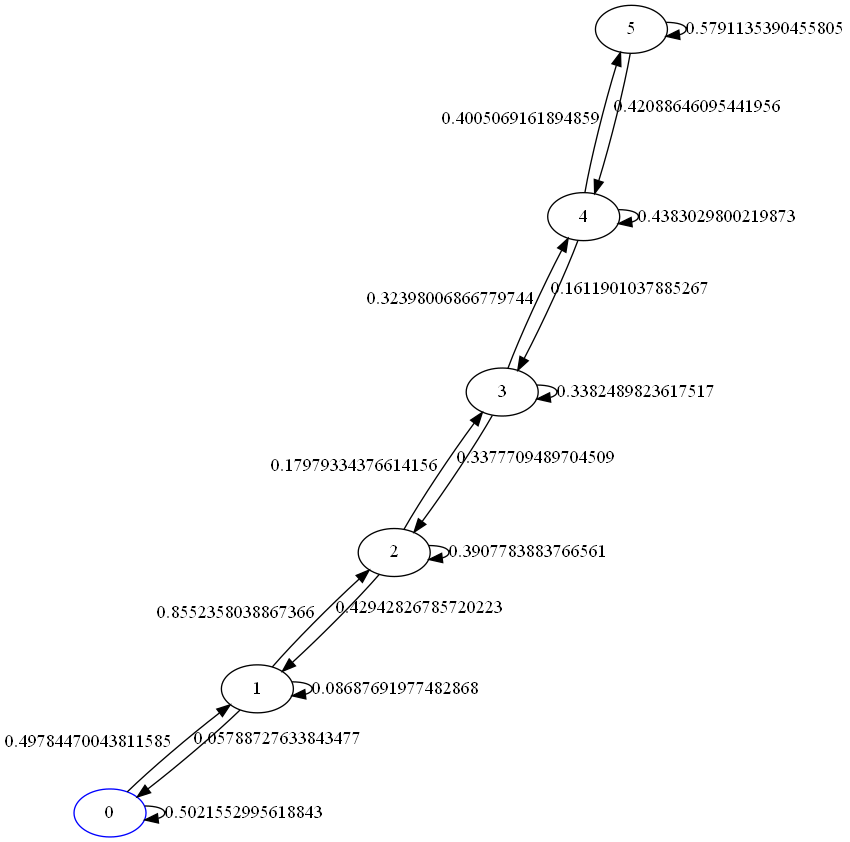
The Graphviz diagram N6line.png in conhugh/RoSSO, before a commit. Its source is kept beside it as N6line.dot. The source it was exported from:
```dot
digraph "" {
	graph [len=3,
		nodesep=0.2
	];
	0	[color=blue];
	0 -> 0	[label=0.5021552995618843,
		len=2,
		weight=1];
	0 -> 1	[label=0.49784470043811585,
		len=2,
		weight=1];
	1 -> 0	[label=0.05788727633843477,
		len=2,
		weight=1];
	1 -> 1	[label=0.08687691977482868,
		len=2,
		weight=1];
	1 -> 2	[label=0.8552358038867366,
		len=2,
		weight=1];
	2 -> 1	[label=0.42942826785720223,
		len=2,
		weight=1];
	2 -> 2	[label=0.3907783883766561,
		len=2,
		weight=1];
	2 -> 3	[label=0.17979334376614156,
		len=2,
		weight=1];
	3 -> 2	[label=0.3377709489704509,
		len=2,
		weight=1];
	3 -> 3	[label=0.3382489823617517,
		len=2,
		weight=1];
	3 -> 4	[label=0.32398006866779744,
		len=2,
		weight=1];
	4 -> 3	[label=0.1611901037885267,
		len=2,
		weight=1];
	4 -> 4	[label=0.4383029800219873,
		len=2,
		weight=1];
	4 -> 5	[label=0.4005069161894859,
		len=2,
		weight=1];
	5 -> 4	[label=0.42088646095441956,
		len=2,
		weight=1];
	5 -> 5	[label=0.5791135390455805,
		len=2,
		weight=1];
}
```
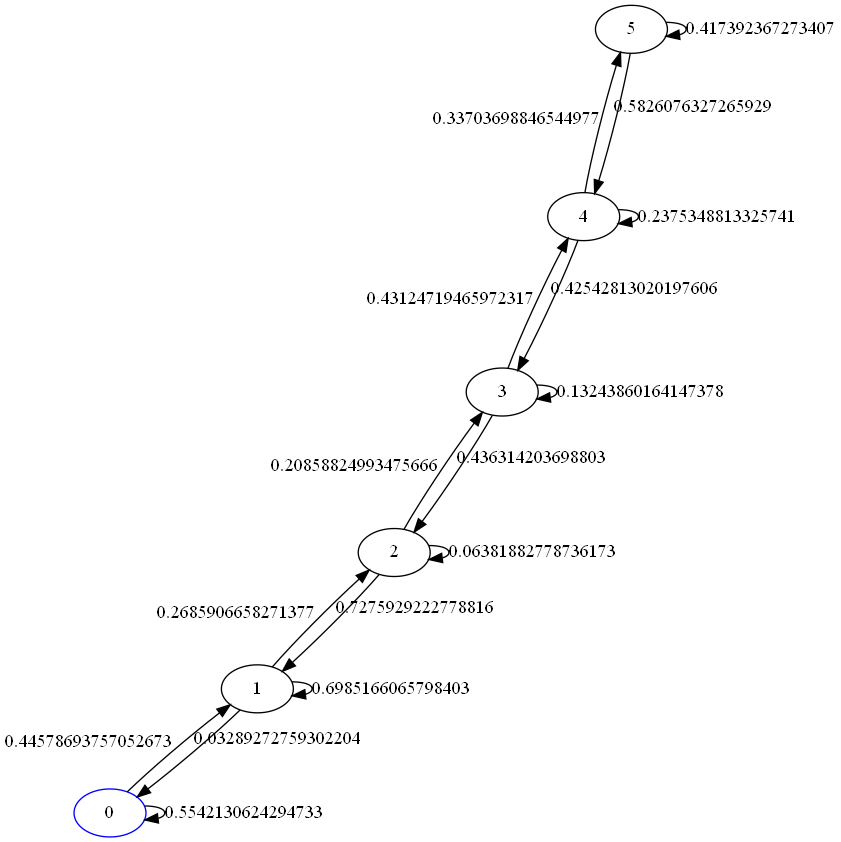
After the change.

What changed in the source:
```diff
@@ -3,52 +3,52 @@
 		nodesep=0.2
 	];
 	0	[color=blue];
-	0 -> 0	[label=0.5021552995618843,
+	0 -> 0	[label=0.5542130624294733,
 		len=2,
 		weight=1];
-	0 -> 1	[label=0.49784470043811585,
+	0 -> 1	[label=0.44578693757052673,
 		len=2,
 		weight=1];
-	1 -> 0	[label=0.05788727633843477,
+	1 -> 0	[label=0.03289272759302204,
 		len=2,
 		weight=1];
-	1 -> 1	[label=0.08687691977482868,
+	1 -> 1	[label=0.6985166065798403,
 		len=2,
 		weight=1];
-	1 -> 2	[label=0.8552358038867366,
+	1 -> 2	[label=0.2685906658271377,
 		len=2,
 		weight=1];
-	2 -> 1	[label=0.42942826785720223,
+	2 -> 1	[label=0.7275929222778816,
 		len=2,
 		weight=1];
-	2 -> 2	[label=0.3907783883766561,
+	2 -> 2	[label=0.06381882778736173,
 		len=2,
 		weight=1];
-	2 -> 3	[label=0.17979334376614156,
+	2 -> 3	[label=0.20858824993475666,
 		len=2,
 		weight=1];
-	3 -> 2	[label=0.3377709489704509,
+	3 -> 2	[label=0.436314203698803,
 		len=2,
 		weight=1];
-	3 -> 3	[label=0.3382489823617517,
+	3 -> 3	[label=0.13243860164147378,
 		len=2,
 		weight=1];
-	3 -> 4	[label=0.32398006866779744,
+	3 -> 4	[label=0.43124719465972317,
 		len=2,
 		weight=1];
-	4 -> 3	[label=0.1611901037885267,
+	4 -> 3	[label=0.42542813020197606,
 		len=2,
 		weight=1];
-	4 -> 4	[label=0.4383029800219873,
+	4 -> 4	[label=0.2375348813325741,
 		len=2,
 		weight=1];
-	4 -> 5	[label=0.4005069161894859,
+	4 -> 5	[label=0.33703698846544977,
 		len=2,
 		weight=1];
-	5 -> 4	[label=0.42088646095441956,
+	5 -> 4	[label=0.5826076327265929,
 		len=2,
 		weight=1];
-	5 -> 5	[label=0.5791135390455805,
+	5 -> 5	[label=0.417392367273407,
 		len=2,
 		weight=1];
 }
```
